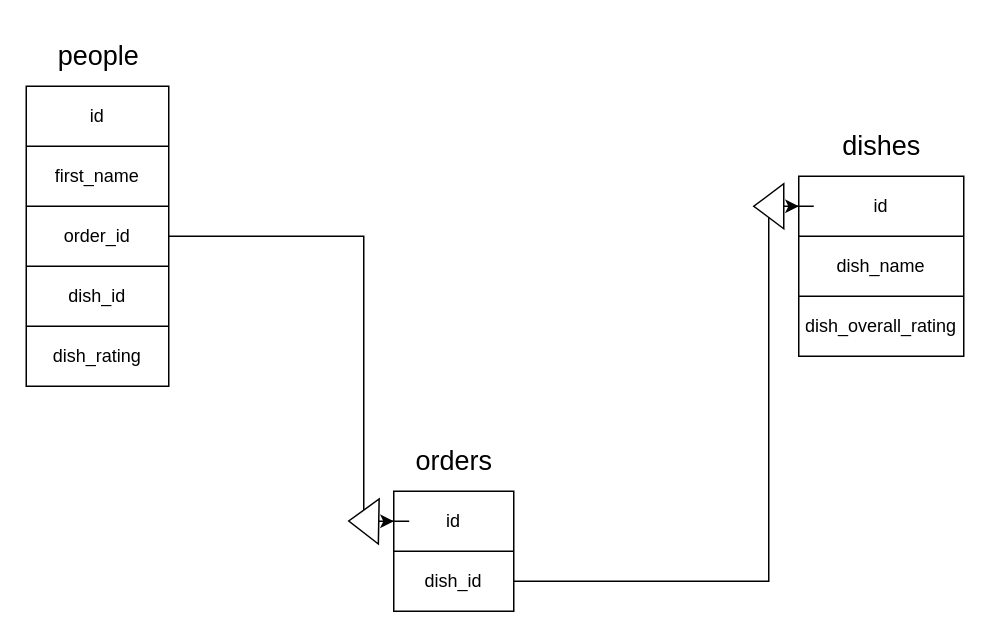
The draw.io diagram diagram/diningReview.drawio in evchogg/Review, before the edit. Source tidied: cells renumbered, new cells numbered last; positions are measured from the earlier drawing's top-left corner, leaving out a move shared by most shapes. Both pictures are drawn from the tidied source at 150%, with x=0, y=0 at pixel (26, 26).
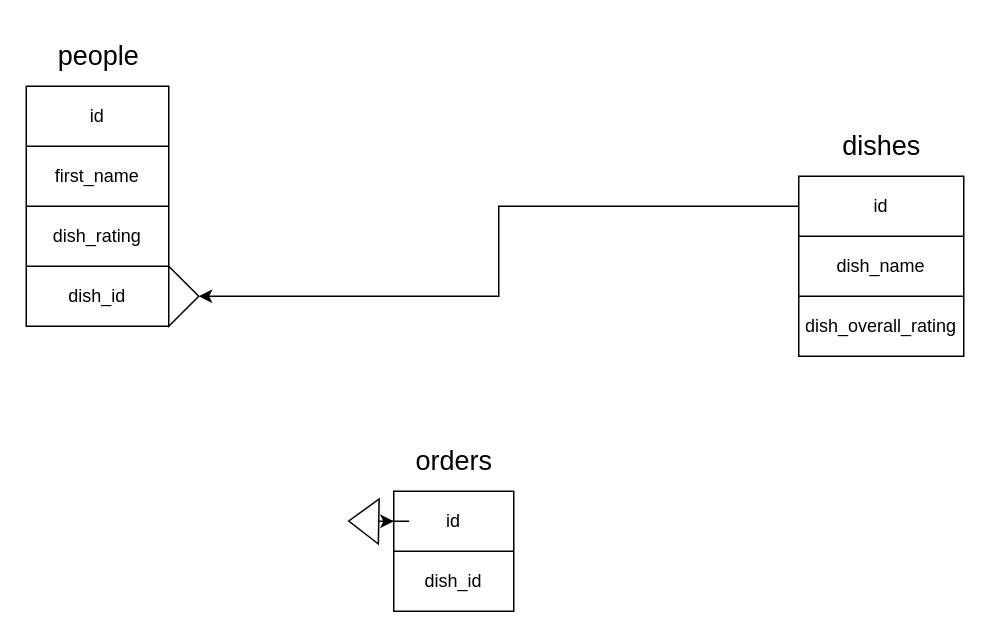
Above is the later version.

The change refers to these unchanged cells:
```xml
<mxCell id="3" style="shape=tableRow;horizontal=0;startSize=0;swimlaneHead=0;swimlaneBody=0;top=0;left=0;bottom=0;right=0;fillColor=none;points=[[0,0.5],[1,0.5]];portConstraint=eastwest;" parent="2" vertex="1">
  <mxGeometry width="110" height="40" as="geometry" />
</mxCell>
<mxCell id="25" style="shape=tableRow;horizontal=0;startSize=0;swimlaneHead=0;swimlaneBody=0;top=0;left=0;bottom=0;right=0;fillColor=none;points=[[0,0.5],[1,0.5]];portConstraint=eastwest;" parent="22" vertex="1">
  <mxGeometry y="40" width="80" height="40" as="geometry" />
</mxCell>
<mxCell id="33" style="triangle;whiteSpace=wrap;html=1;fontSize=18;rotation=-179;" parent="1" vertex="1">
  <mxGeometry x="215" y="315" width="20" height="30" as="geometry" />
</mxCell>
```

The edit, as a diff of the source:
```diff
@@
     <mxCell id="11" style="shape=table;startSize=0;childLayout=tableLayout;" parent="1" vertex="1">
-      <mxGeometry y="40" width="95" height="200" as="geometry" />
+      <mxGeometry y="40" width="95" height="160" as="geometry" />
     </mxCell>
@@
-    <mxCell id="16" style="shape=tableRow;horizontal=0;startSize=0;swimlaneHead=0;swimlaneBody=0;top=0;left=0;bottom=0;right=0;fillColor=none;points=[[0,0.5],[1,0.5]];portConstraint=eastwest;" parent="11" vertex="1">
-      <mxGeometry y="80" width="95" height="40" as="geometry" />
-    </mxCell>
-    <mxCell id="17" value="order_id" style="shape=partialRectangle;html=1;whiteSpace=wrap;overflow=hidden;fillColor=none;top=0;left=0;bottom=0;right=0;" parent="16" vertex="1">
-      <mxGeometry width="95" height="40" as="geometry" />
-    </mxCell>
+    <mxCell id="20" style="shape=tableRow;horizontal=0;startSize=0;swimlaneHead=0;swimlaneBody=0;top=0;left=0;bottom=0;right=0;fillColor=none;" parent="11" vertex="1">
+      <mxGeometry y="80" width="95" height="40" as="geometry" />
+    </mxCell>
+    <mxCell id="21" value="dish_rating" style="shape=partialRectangle;html=1;whiteSpace=wrap;overflow=hidden;fillColor=none;top=0;left=0;bottom=0;right=0;" parent="20" vertex="1">
+      <mxGeometry width="95" height="40" as="geometry" />
+    </mxCell>
@@
-    <mxCell id="20" style="shape=tableRow;horizontal=0;startSize=0;swimlaneHead=0;swimlaneBody=0;top=0;left=0;bottom=0;right=0;fillColor=none;" parent="11" vertex="1">
-      <mxGeometry y="160" width="95" height="40" as="geometry" />
-    </mxCell>
-    <mxCell id="21" value="dish_rating" style="shape=partialRectangle;html=1;whiteSpace=wrap;overflow=hidden;fillColor=none;top=0;left=0;bottom=0;right=0;" parent="20" vertex="1">
-      <mxGeometry width="95" height="40" as="geometry" />
-    </mxCell>
@@
-    <mxCell id="29" style="edgeStyle=orthogonalEdgeStyle;rounded=0;jettySize=auto;html=1;fontSize=18;startArrow=none;" parent="1" edge="1" source="31" target="3">
-      <mxGeometry relative="1" as="geometry" />
-    </mxCell>
-    <mxCell id="30" style="edgeStyle=orthogonalEdgeStyle;rounded=0;jettySize=auto;html=1;fontSize=18;endArrow=none;" parent="1" edge="1" source="25" target="31">
-      <mxGeometry relative="1" as="geometry" />
-    </mxCell>
-    <mxCell id="31" style="triangle;whiteSpace=wrap;html=1;fontSize=18;rotation=-180;" parent="1" vertex="1">
-      <mxGeometry x="485" y="105" width="20" height="30" as="geometry" />
-    </mxCell>
-    <mxCell id="32" style="edgeStyle=orthogonalEdgeStyle;rounded=0;jettySize=auto;html=1;fontSize=18;endArrow=none;" parent="1" edge="1" source="16" target="33">
-      <mxGeometry relative="1" as="geometry" />
-    </mxCell>
@@
+    <mxCell id="34" style="triangle;whiteSpace=wrap;html=1;fontSize=18;rotation=0;direction=east;" parent="1" vertex="1">
+      <mxGeometry x="95" y="160" width="20" height="40" as="geometry" />
+    </mxCell>
+    <mxCell id="35" style="edgeStyle=orthogonalEdgeStyle;rounded=0;jettySize=auto;html=1;entryX=1;entryY=0.5;entryDx=0;entryDy=0;" parent="1" edge="1" source="3" target="34">
+      <mxGeometry relative="1" as="geometry" />
+    </mxCell>
```
